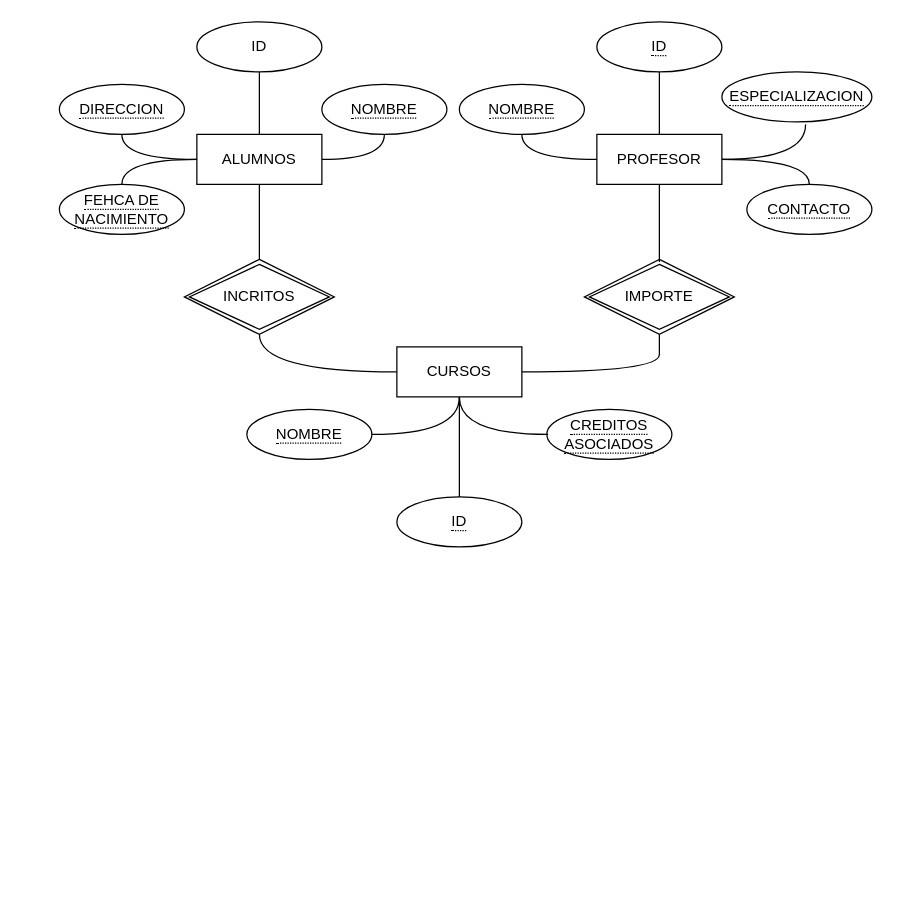
Above: page "EJERCICIO (UNI)" (4 of 4) of Relacion_entidad.io.drawio in leoandyaz/Base-de-datos (draw.io), before the change. Source tidied: cells renumbered, new cells numbered last; positions are measured from the earlier drawing's top-left corner, leaving out a move shared by most shapes. Both pictures are drawn from the tidied source at 125%, with x=0, y=0 at pixel (59, 21).
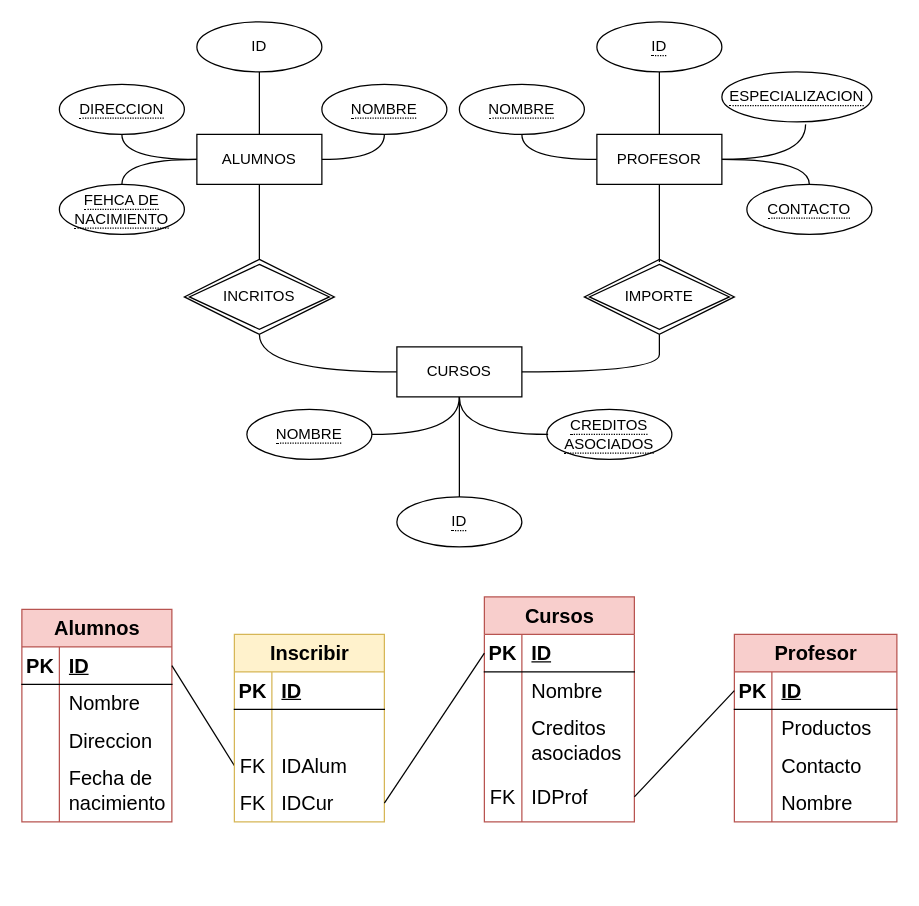
The same page after the edit.

Change to the diagram source:
```diff
@@
+    <mxCell id="33" value="Alumnos" style="shape=table;startSize=30;childLayout=tableLayout;rowLines=0;fontStyle=1;align=center;html=1;fontSize=16;fillColor=#f8cecc;strokeColor=#b85450;" parent="1" vertex="1">
+      <mxGeometry x="-30" y="470" width="120" height="170" as="geometry" />
+    </mxCell>
+    <mxCell id="34" style="shape=tableRow;horizontal=0;startSize=0;swimlaneHead=0;swimlaneBody=0;fillColor=none;points=[[0,0.5],[1,0.5]];portConstraint=eastwest;top=0;left=0;right=0;bottom=1;fontSize=16;" parent="33" vertex="1">
+      <mxGeometry y="30" width="120" height="30" as="geometry" />
+    </mxCell>
+    <mxCell id="35" value="PK" style="shape=partialRectangle;fillColor=none;top=0;left=0;bottom=0;right=0;fontStyle=1;overflow=hidden;whiteSpace=wrap;html=1;fontSize=16;" parent="34" vertex="1">
+      <mxGeometry width="30" height="30" as="geometry" />
+    </mxCell>
+    <mxCell id="36" value="ID" style="shape=partialRectangle;fillColor=none;top=0;left=0;bottom=0;right=0;align=left;spacingLeft=6;fontStyle=5;overflow=hidden;whiteSpace=wrap;html=1;fontSize=16;" parent="34" vertex="1">
+      <mxGeometry x="30" width="90" height="30" as="geometry" />
+    </mxCell>
+    <mxCell id="37" style="shape=tableRow;horizontal=0;startSize=0;swimlaneHead=0;swimlaneBody=0;fillColor=none;top=0;left=0;right=0;bottom=0;fontSize=16;" parent="33" vertex="1">
+      <mxGeometry y="60" width="120" height="30" as="geometry" />
+    </mxCell>
+    <mxCell id="38" style="shape=partialRectangle;fillColor=none;top=0;left=0;bottom=0;right=0;overflow=hidden;whiteSpace=wrap;html=1;fontSize=16;" parent="37" vertex="1">
+      <mxGeometry width="30" height="30" as="geometry" />
+    </mxCell>
+    <mxCell id="39" value="Nombre" style="shape=partialRectangle;fillColor=none;top=0;left=0;bottom=0;right=0;align=left;spacingLeft=6;overflow=hidden;whiteSpace=wrap;html=1;fontSize=16;" parent="37" vertex="1">
+      <mxGeometry x="30" width="90" height="30" as="geometry" />
+    </mxCell>
+    <mxCell id="40" style="shape=tableRow;horizontal=0;startSize=0;swimlaneHead=0;swimlaneBody=0;fillColor=none;top=0;left=0;right=0;bottom=0;fontSize=16;" parent="33" vertex="1">
+      <mxGeometry y="90" width="120" height="30" as="geometry" />
+    </mxCell>
+    <mxCell id="41" style="shape=partialRectangle;fillColor=none;top=0;left=0;bottom=0;right=0;overflow=hidden;whiteSpace=wrap;html=1;fontSize=16;" parent="40" vertex="1">
+      <mxGeometry width="30" height="30" as="geometry" />
+    </mxCell>
+    <mxCell id="42" value="Direccion" style="shape=partialRectangle;fillColor=none;top=0;left=0;bottom=0;right=0;align=left;spacingLeft=6;overflow=hidden;whiteSpace=wrap;html=1;fontSize=16;" parent="40" vertex="1">
+      <mxGeometry x="30" width="90" height="30" as="geometry" />
+    </mxCell>
+    <mxCell id="43" style="shape=tableRow;horizontal=0;startSize=0;swimlaneHead=0;swimlaneBody=0;fillColor=none;top=0;left=0;right=0;bottom=0;fontSize=16;" parent="33" vertex="1">
+      <mxGeometry y="120" width="120" height="50" as="geometry" />
+    </mxCell>
+    <mxCell id="44" style="shape=partialRectangle;fillColor=none;top=0;left=0;bottom=0;right=0;overflow=hidden;whiteSpace=wrap;html=1;fontSize=16;" parent="43" vertex="1">
+      <mxGeometry width="30" height="50" as="geometry" />
+    </mxCell>
+    <mxCell id="45" value="Fecha de nacimiento" style="shape=partialRectangle;fillColor=none;top=0;left=0;bottom=0;right=0;align=left;spacingLeft=6;overflow=hidden;whiteSpace=wrap;html=1;fontSize=16;" parent="43" vertex="1">
+      <mxGeometry x="30" width="90" height="50" as="geometry" />
+    </mxCell>
+    <mxCell id="46" value="Profesor" style="shape=table;startSize=30;childLayout=tableLayout;rowLines=0;fontStyle=1;align=center;html=1;fontSize=16;fillColor=#f8cecc;strokeColor=#b85450;" parent="1" vertex="1">
+      <mxGeometry x="540" y="490" width="130" height="150" as="geometry" />
+    </mxCell>
+    <mxCell id="47" style="shape=tableRow;horizontal=0;startSize=0;swimlaneHead=0;swimlaneBody=0;fillColor=none;points=[[0,0.5],[1,0.5]];portConstraint=eastwest;top=0;left=0;right=0;bottom=1;fontSize=16;" parent="46" vertex="1">
+      <mxGeometry y="30" width="130" height="30" as="geometry" />
+    </mxCell>
+    <mxCell id="48" value="PK" style="shape=partialRectangle;fillColor=none;top=0;left=0;bottom=0;right=0;fontStyle=1;overflow=hidden;whiteSpace=wrap;html=1;fontSize=16;" parent="47" vertex="1">
+      <mxGeometry width="30" height="30" as="geometry" />
+    </mxCell>
+    <mxCell id="49" value="ID" style="shape=partialRectangle;fillColor=none;top=0;left=0;bottom=0;right=0;align=left;spacingLeft=6;fontStyle=5;overflow=hidden;whiteSpace=wrap;html=1;fontSize=16;" parent="47" vertex="1">
+      <mxGeometry x="30" width="100" height="30" as="geometry" />
+    </mxCell>
+    <mxCell id="50" style="shape=tableRow;horizontal=0;startSize=0;swimlaneHead=0;swimlaneBody=0;fillColor=none;top=0;left=0;right=0;bottom=0;fontSize=16;" parent="46" vertex="1">
+      <mxGeometry y="60" width="130" height="30" as="geometry" />
+    </mxCell>
+    <mxCell id="51" style="shape=partialRectangle;fillColor=none;top=0;left=0;bottom=0;right=0;overflow=hidden;whiteSpace=wrap;html=1;fontSize=16;" parent="50" vertex="1">
+      <mxGeometry width="30" height="30" as="geometry" />
+    </mxCell>
+    <mxCell id="52" value="Productos" style="shape=partialRectangle;fillColor=none;top=0;left=0;bottom=0;right=0;align=left;spacingLeft=6;overflow=hidden;whiteSpace=wrap;html=1;fontSize=16;" parent="50" vertex="1">
+      <mxGeometry x="30" width="100" height="30" as="geometry" />
+    </mxCell>
+    <mxCell id="53" style="shape=tableRow;horizontal=0;startSize=0;swimlaneHead=0;swimlaneBody=0;fillColor=none;top=0;left=0;right=0;bottom=0;fontSize=16;" parent="46" vertex="1">
+      <mxGeometry y="90" width="130" height="30" as="geometry" />
+    </mxCell>
+    <mxCell id="54" style="shape=partialRectangle;fillColor=none;top=0;left=0;bottom=0;right=0;overflow=hidden;whiteSpace=wrap;html=1;fontSize=16;" parent="53" vertex="1">
+      <mxGeometry width="30" height="30" as="geometry" />
+    </mxCell>
+    <mxCell id="55" value="Contacto" style="shape=partialRectangle;fillColor=none;top=0;left=0;bottom=0;right=0;align=left;spacingLeft=6;overflow=hidden;whiteSpace=wrap;html=1;fontSize=16;" parent="53" vertex="1">
+      <mxGeometry x="30" width="100" height="30" as="geometry" />
+    </mxCell>
+    <mxCell id="56" style="shape=tableRow;horizontal=0;startSize=0;swimlaneHead=0;swimlaneBody=0;fillColor=none;top=0;left=0;right=0;bottom=0;fontSize=16;" parent="46" vertex="1">
+      <mxGeometry y="120" width="130" height="30" as="geometry" />
+    </mxCell>
+    <mxCell id="57" style="shape=partialRectangle;fillColor=none;top=0;left=0;bottom=0;right=0;overflow=hidden;whiteSpace=wrap;html=1;fontSize=16;" parent="56" vertex="1">
+      <mxGeometry width="30" height="30" as="geometry" />
+    </mxCell>
+    <mxCell id="58" value="Nombre" style="shape=partialRectangle;fillColor=none;top=0;left=0;bottom=0;right=0;align=left;spacingLeft=6;overflow=hidden;whiteSpace=wrap;html=1;fontSize=16;" parent="56" vertex="1">
+      <mxGeometry x="30" width="100" height="30" as="geometry" />
+    </mxCell>
+    <mxCell id="59" style="shape=partialRectangle;fillColor=none;top=0;left=0;bottom=0;right=0;overflow=hidden;whiteSpace=wrap;html=1;fontSize=16;" parent="1" vertex="1">
+      <mxGeometry x="-20" y="640" width="30" height="50" as="geometry" />
+    </mxCell>
+    <mxCell id="60" value="Cursos" style="shape=table;startSize=30;childLayout=tableLayout;rowLines=0;fontStyle=1;align=center;html=1;fontSize=16;fillColor=#f8cecc;strokeColor=#b85450;" parent="1" vertex="1">
+      <mxGeometry x="340" y="460" width="120" height="180" as="geometry" />
+    </mxCell>
+    <mxCell id="61" style="shape=tableRow;horizontal=0;startSize=0;swimlaneHead=0;swimlaneBody=0;fillColor=none;points=[[0,0.5],[1,0.5]];portConstraint=eastwest;top=0;left=0;right=0;bottom=1;fontSize=16;" parent="60" vertex="1">
+      <mxGeometry y="30" width="120" height="30" as="geometry" />
+    </mxCell>
+    <mxCell id="62" value="PK" style="shape=partialRectangle;fillColor=none;top=0;left=0;bottom=0;right=0;fontStyle=1;overflow=hidden;whiteSpace=wrap;html=1;fontSize=16;" parent="61" vertex="1">
+      <mxGeometry width="30" height="30" as="geometry" />
+    </mxCell>
+    <mxCell id="63" value="ID" style="shape=partialRectangle;fillColor=none;top=0;left=0;bottom=0;right=0;align=left;spacingLeft=6;fontStyle=5;overflow=hidden;whiteSpace=wrap;html=1;fontSize=16;" parent="61" vertex="1">
+      <mxGeometry x="30" width="90" height="30" as="geometry" />
+    </mxCell>
+    <mxCell id="64" style="shape=tableRow;horizontal=0;startSize=0;swimlaneHead=0;swimlaneBody=0;fillColor=none;top=0;left=0;right=0;bottom=0;fontSize=16;" parent="60" vertex="1">
+      <mxGeometry y="60" width="120" height="30" as="geometry" />
+    </mxCell>
+    <mxCell id="65" style="shape=partialRectangle;fillColor=none;top=0;left=0;bottom=0;right=0;overflow=hidden;whiteSpace=wrap;html=1;fontSize=16;" parent="64" vertex="1">
+      <mxGeometry width="30" height="30" as="geometry" />
+    </mxCell>
+    <mxCell id="66" value="Nombre" style="shape=partialRectangle;fillColor=none;top=0;left=0;bottom=0;right=0;align=left;spacingLeft=6;overflow=hidden;whiteSpace=wrap;html=1;fontSize=16;" parent="64" vertex="1">
+      <mxGeometry x="30" width="90" height="30" as="geometry" />
+    </mxCell>
+    <mxCell id="67" style="shape=tableRow;horizontal=0;startSize=0;swimlaneHead=0;swimlaneBody=0;fillColor=none;top=0;left=0;right=0;bottom=0;fontSize=16;" parent="60" vertex="1">
+      <mxGeometry y="90" width="120" height="50" as="geometry" />
+    </mxCell>
+    <mxCell id="68" style="shape=partialRectangle;fillColor=none;top=0;left=0;bottom=0;right=0;overflow=hidden;whiteSpace=wrap;html=1;fontSize=16;" parent="67" vertex="1">
+      <mxGeometry width="30" height="50" as="geometry" />
+    </mxCell>
+    <mxCell id="69" value="Creditos asociados" style="shape=partialRectangle;fillColor=none;top=0;left=0;bottom=0;right=0;align=left;spacingLeft=6;overflow=hidden;whiteSpace=wrap;html=1;fontSize=16;" parent="67" vertex="1">
+      <mxGeometry x="30" width="90" height="50" as="geometry" />
+    </mxCell>
+    <mxCell id="70" style="shape=tableRow;horizontal=0;startSize=0;swimlaneHead=0;swimlaneBody=0;fillColor=none;points=[[0,0.5],[1,0.5]];portConstraint=eastwest;top=0;left=0;right=0;bottom=0;fontSize=16;" parent="60" vertex="1">
+      <mxGeometry y="140" width="120" height="40" as="geometry" />
+    </mxCell>
+    <mxCell id="71" value="FK" style="shape=partialRectangle;fillColor=none;top=0;left=0;bottom=0;right=0;overflow=hidden;whiteSpace=wrap;html=1;fontSize=16;" parent="70" vertex="1">
+      <mxGeometry width="30" height="40" as="geometry" />
+    </mxCell>
+    <mxCell id="72" value="IDProf" style="shape=partialRectangle;fillColor=none;top=0;left=0;bottom=0;right=0;align=left;spacingLeft=6;overflow=hidden;whiteSpace=wrap;html=1;fontSize=16;" parent="70" vertex="1">
+      <mxGeometry x="30" width="90" height="40" as="geometry" />
+    </mxCell>
+    <mxCell id="73" style="edgeStyle=none;curved=1;rounded=0;jettySize=auto;html=1;entryX=0;entryY=0.5;entryDx=0;entryDy=0;fontSize=12;startSize=8;endSize=8;exitX=1;exitY=0.5;exitDx=0;exitDy=0;endArrow=none;endFill=0;" parent="1" edge="1" source="70" target="47">
+      <mxGeometry relative="1" as="geometry" />
+    </mxCell>
+    <mxCell id="74" style="edgeStyle=none;curved=1;rounded=0;jettySize=auto;html=1;entryX=1;entryY=0.5;entryDx=0;entryDy=0;fontSize=12;startSize=8;endSize=8;exitX=0;exitY=0.5;exitDx=0;exitDy=0;endArrow=none;endFill=0;" parent="1" edge="1" source="82" target="34">
+      <mxGeometry relative="1" as="geometry" />
+    </mxCell>
+    <mxCell id="75" value="Inscribir" style="shape=table;startSize=30;childLayout=tableLayout;rowLines=0;fontStyle=1;align=center;html=1;fontSize=16;fillColor=#fff2cc;strokeColor=#d6b656;" parent="1" vertex="1">
+      <mxGeometry x="140" y="490" width="120" height="150" as="geometry" />
+    </mxCell>
+    <mxCell id="76" style="shape=tableRow;horizontal=0;startSize=0;swimlaneHead=0;swimlaneBody=0;fillColor=none;top=0;left=0;right=0;bottom=1;fontSize=16;" parent="75" vertex="1">
+      <mxGeometry y="30" width="120" height="30" as="geometry" />
+    </mxCell>
+    <mxCell id="77" value="PK" style="shape=partialRectangle;fillColor=none;top=0;left=0;bottom=0;right=0;fontStyle=1;overflow=hidden;whiteSpace=wrap;html=1;fontSize=16;" parent="76" vertex="1">
+      <mxGeometry width="30" height="30" as="geometry" />
+    </mxCell>
+    <mxCell id="78" value="ID" style="shape=partialRectangle;fillColor=none;top=0;left=0;bottom=0;right=0;align=left;spacingLeft=6;fontStyle=5;overflow=hidden;whiteSpace=wrap;html=1;fontSize=16;" parent="76" vertex="1">
+      <mxGeometry x="30" width="90" height="30" as="geometry" />
+    </mxCell>
+    <mxCell id="79" style="shape=tableRow;horizontal=0;startSize=0;swimlaneHead=0;swimlaneBody=0;fillColor=none;top=0;left=0;right=0;bottom=0;fontSize=16;" parent="75" vertex="1">
+      <mxGeometry y="60" width="120" height="30" as="geometry" />
+    </mxCell>
+    <mxCell id="80" style="shape=partialRectangle;fillColor=none;top=0;left=0;bottom=0;right=0;overflow=hidden;whiteSpace=wrap;html=1;fontSize=16;" parent="79" vertex="1">
+      <mxGeometry width="30" height="30" as="geometry" />
+    </mxCell>
+    <mxCell id="81" style="shape=partialRectangle;fillColor=none;top=0;left=0;bottom=0;right=0;align=left;spacingLeft=6;overflow=hidden;whiteSpace=wrap;html=1;fontSize=16;" parent="79" vertex="1">
+      <mxGeometry x="30" width="90" height="30" as="geometry" />
+    </mxCell>
+    <mxCell id="82" style="shape=tableRow;horizontal=0;startSize=0;swimlaneHead=0;swimlaneBody=0;fillColor=none;points=[[0,0.5],[1,0.5]];portConstraint=eastwest;top=0;left=0;right=0;bottom=0;fontSize=16;" parent="75" vertex="1">
+      <mxGeometry y="90" width="120" height="30" as="geometry" />
+    </mxCell>
+    <mxCell id="83" value="FK" style="shape=partialRectangle;fillColor=none;top=0;left=0;bottom=0;right=0;overflow=hidden;whiteSpace=wrap;html=1;fontSize=16;" parent="82" vertex="1">
+      <mxGeometry width="30" height="30" as="geometry" />
+    </mxCell>
+    <mxCell id="84" value="IDAlum" style="shape=partialRectangle;fillColor=none;top=0;left=0;bottom=0;right=0;align=left;spacingLeft=6;overflow=hidden;whiteSpace=wrap;html=1;fontSize=16;" parent="82" vertex="1">
+      <mxGeometry x="30" width="90" height="30" as="geometry" />
+    </mxCell>
+    <mxCell id="85" style="shape=tableRow;horizontal=0;startSize=0;swimlaneHead=0;swimlaneBody=0;fillColor=none;points=[[0,0.5],[1,0.5]];portConstraint=eastwest;top=0;left=0;right=0;bottom=0;fontSize=16;" parent="75" vertex="1">
+      <mxGeometry y="120" width="120" height="30" as="geometry" />
+    </mxCell>
+    <mxCell id="86" value="FK" style="shape=partialRectangle;fillColor=none;top=0;left=0;bottom=0;right=0;overflow=hidden;whiteSpace=wrap;html=1;fontSize=16;" parent="85" vertex="1">
+      <mxGeometry width="30" height="30" as="geometry" />
+    </mxCell>
+    <mxCell id="87" value="IDCur" style="shape=partialRectangle;fillColor=none;top=0;left=0;bottom=0;right=0;align=left;spacingLeft=6;overflow=hidden;whiteSpace=wrap;html=1;fontSize=16;" parent="85" vertex="1">
+      <mxGeometry x="30" width="90" height="30" as="geometry" />
+    </mxCell>
+    <mxCell id="88" style="edgeStyle=none;curved=1;rounded=0;jettySize=auto;html=1;entryX=0;entryY=0.5;entryDx=0;entryDy=0;fontSize=12;startSize=8;endSize=8;endArrow=none;endFill=0;exitX=1;exitY=0.5;exitDx=0;exitDy=0;" parent="1" edge="1" source="85" target="61">
+      <mxGeometry relative="1" as="geometry" />
+    </mxCell>
```
